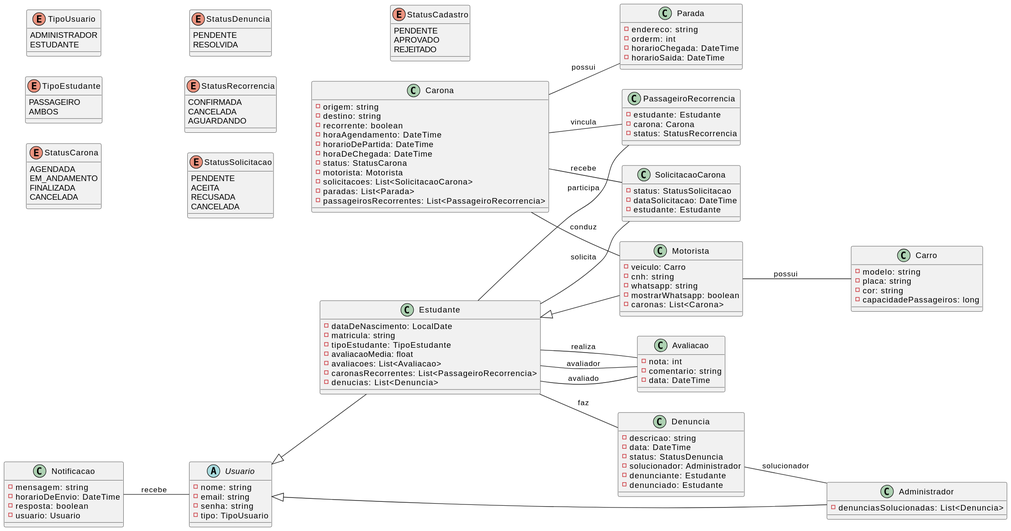
Above: docs/imagens/diagrams/classes_diagram.svg in zezit/carona (PlantUML), before the change. Its diagram source:
```plantuml
@startuml classes_diagram
left to right direction

enum TipoUsuario {
    ADMINISTRADOR
    ESTUDANTE
}

enum TipoEstudante {
    PASSAGEIRO
    AMBOS /' Passageiro e Motorista '/
}

enum StatusCarona {
    AGENDADA
    EM_ANDAMENTO
    FINALIZADA
    CANCELADA
}

enum StatusDenuncia {
    PENDENTE
    RESOLVIDA
}

enum StatusRecorrencia {
    CONFIRMADA
    CANCELADA
    AGUARDANDO
}

enum StatusSolicitacao {
    PENDENTE
    ACEITA
    RECUSADA
    CANCELADA
}

enum StatusCadastro {
    PENDENTE
    APROVADO
    REJEITADO
}

abstract class Usuario {
    - nome: string
    - email: string
    - senha: string
    - tipo: TipoUsuario
}

class Estudante {
    - dataDeNascimento: LocalDate
    - matricula: string
    - tipoEstudante: TipoEstudante
    - avaliacaoMedia: float
    - avaliacoes: List<Avaliacao>
    - caronasRecorrentes: List<PassageiroRecorrencia>
    - denucias: List<Denuncia>
}

class Administrador {
    - denunciasSolucionadas: List<Denuncia>
}

class Motorista {
    - veiculo: Carro
    - cnh: string
    - whatsapp: string
    - mostrarWhatsapp: boolean
    - caronas: List<Carona>
}

class Carro {
    - modelo: string
    - placa: string
    - cor: string /' HEX '/
    - capacidadePassageiros: long
}

class Carona {
    - origem: string
    - destino: string
    - recorrente: boolean
    - horaAgendamento: DateTime
    - horarioDePartida: DateTime
    - horaDeChegada: DateTime
    - status: StatusCarona
    - motorista: Motorista
    - solicitacoes: List<SolicitacaoCarona>
    - paradas: List<Parada>
    - passageirosRecorrentes: List<PassageiroRecorrencia>
}

class SolicitacaoCarona {
    - status: StatusSolicitacao
    - dataSolicitacao: DateTime
    - estudante: Estudante
}

class Parada {
    - endereco: string
    - orderm: int
    - horarioChegada: DateTime
    - horarioSaida: DateTime
}

class PassageiroRecorrencia {
    - estudante: Estudante
    - carona: Carona
    - status: StatusRecorrencia
}

class Avaliacao {
    - nota: int /' 1 a 5 '/
    - comentario: string
    - data: DateTime
}

class Denuncia {
    - descricao: string
    - data: DateTime
    - status: StatusDenuncia
    - solucionador: Administrador
    - denunciante: Estudante
    - denunciado: Estudante
}

class Notificacao {
    - mensagem: string
    - horarioDeEnvio: DateTime
    - resposta: boolean
    - usuario: Usuario
}

Usuario <|-- Estudante
Usuario <|-- Administrador
Estudante <|-- Motorista

Motorista -- Carro : possui

Carona -- Motorista : conduz

Estudante -- SolicitacaoCarona : solicita
Carona -- SolicitacaoCarona : recebe

Carona -d- Parada : possui

Estudante -d- PassageiroRecorrencia : participa
Carona -d- PassageiroRecorrencia : vincula

Estudante -- Avaliacao : realiza
Avaliacao -u- Estudante : avaliador
Avaliacao -d- Estudante : avaliado

Estudante -d- Denuncia : faz
Denuncia -- Administrador : solucionador

Usuario -u- Notificacao : recebe

@enduml
```
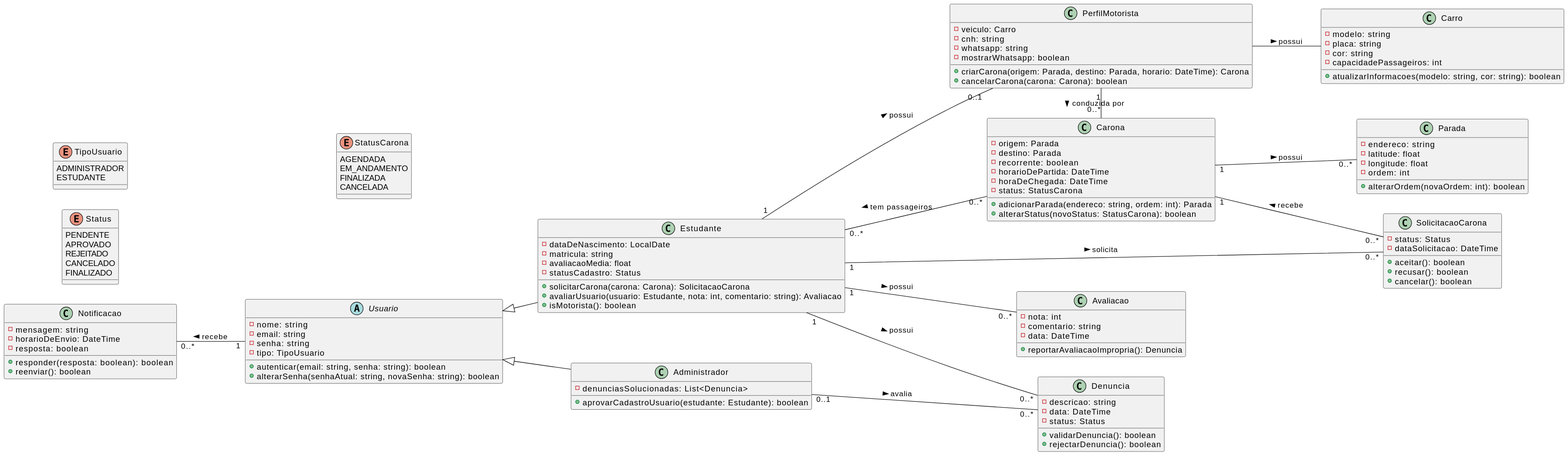
After the change.

Commit message:
[ci auto] Gerando diagramas PlantUML

Change to the diagram source:
```diff
@@ -2,160 +2,136 @@
 left to right direction
 
 enum TipoUsuario {
-    ADMINISTRADOR
-    ESTUDANTE
+ ADMINISTRADOR
+ ESTUDANTE
 }
 
-enum TipoEstudante {
-    PASSAGEIRO
-    AMBOS /' Passageiro e Motorista '/
+enum Status {
+ PENDENTE
+ APROVADO
+ REJEITADO
+ CANCELADO
+ FINALIZADO
 }
 
 enum StatusCarona {
-    AGENDADA
-    EM_ANDAMENTO
-    FINALIZADA
-    CANCELADA
-}
-
-enum StatusDenuncia {
-    PENDENTE
-    RESOLVIDA
-}
-
-enum StatusRecorrencia {
-    CONFIRMADA
-    CANCELADA
-    AGUARDANDO
-}
-
-enum StatusSolicitacao {
-    PENDENTE
-    ACEITA
-    RECUSADA
-    CANCELADA
-}
-
-enum StatusCadastro {
-    PENDENTE
-    APROVADO
-    REJEITADO
+ AGENDADA
+ EM_ANDAMENTO
+ FINALIZADA
+ CANCELADA
 }
 
 abstract class Usuario {
-    - nome: string
-    - email: string
-    - senha: string
-    - tipo: TipoUsuario
+ - nome: string
+ - email: string
+ - senha: string
+ - tipo: TipoUsuario
+ + autenticar(email: string, senha: string): boolean
+ + alterarSenha(senhaAtual: string, novaSenha: string): boolean
 }
 
 class Estudante {
-    - dataDeNascimento: LocalDate
-    - matricula: string
-    - tipoEstudante: TipoEstudante
-    - avaliacaoMedia: float
-    - avaliacoes: List<Avaliacao>
-    - caronasRecorrentes: List<PassageiroRecorrencia>
-    - denucias: List<Denuncia>
+ - dataDeNascimento: LocalDate
+ - matricula: string
+ - avaliacaoMedia: float
+ - statusCadastro: Status
+ + solicitarCarona(carona: Carona): SolicitacaoCarona
+ + avaliarUsuario(usuario: Estudante, nota: int, comentario: string): Avaliacao
+ + isMotorista(): boolean
+}
+
+class PerfilMotorista {
+ - veiculo: Carro
+ - cnh: string
+ - whatsapp: string
+ - mostrarWhatsapp: boolean
+ + criarCarona(origem: Parada, destino: Parada, horario: DateTime): Carona
+ + cancelarCarona(carona: Carona): boolean
 }
 
 class Administrador {
-    - denunciasSolucionadas: List<Denuncia>
-}
-
-class Motorista {
-    - veiculo: Carro
-    - cnh: string
-    - whatsapp: string
-    - mostrarWhatsapp: boolean
-    - caronas: List<Carona>
+ - denunciasSolucionadas: List<Denuncia>
+ + aprovarCadastroUsuario(estudante: Estudante): boolean
 }
 
 class Carro {
-    - modelo: string
-    - placa: string
-    - cor: string /' HEX '/
-    - capacidadePassageiros: long
+ - modelo: string
+ - placa: string
+ - cor: string
+ - capacidadePassageiros: int
+ + atualizarInformacoes(modelo: string, cor: string): boolean
 }
 
 class Carona {
-    - origem: string
-    - destino: string
-    - recorrente: boolean
-    - horaAgendamento: DateTime
-    - horarioDePartida: DateTime
-    - horaDeChegada: DateTime
-    - status: StatusCarona
-    - motorista: Motorista
-    - solicitacoes: List<SolicitacaoCarona>
-    - paradas: List<Parada>
-    - passageirosRecorrentes: List<PassageiroRecorrencia>
+ - origem: Parada
+ - destino: Parada
+ - recorrente: boolean
+ - horarioDePartida: DateTime
+ - horaDeChegada: DateTime
+ - status: StatusCarona
+ + adicionarParada(endereco: string, ordem: int): Parada
+ + alterarStatus(novoStatus: StatusCarona): boolean
 }
 
 class SolicitacaoCarona {
-    - status: StatusSolicitacao
-    - dataSolicitacao: DateTime
-    - estudante: Estudante
+ - status: Status
+ - dataSolicitacao: DateTime
+ + aceitar(): boolean
+ + recusar(): boolean
+ + cancelar(): boolean
 }
 
 class Parada {
-    - endereco: string
-    - orderm: int
-    - horarioChegada: DateTime
-    - horarioSaida: DateTime
-}
-
-class PassageiroRecorrencia {
-    - estudante: Estudante
-    - carona: Carona
-    - status: StatusRecorrencia
+ - endereco: string
+ - latitude: float
+ - longitude: float
+ - ordem: int
+ + alterarOrdem(novaOrdem: int): boolean
 }
 
 class Avaliacao {
-    - nota: int /' 1 a 5 '/
-    - comentario: string
-    - data: DateTime
+ - nota: int
+ - comentario: string
+ - data: DateTime
+ + reportarAvaliacaoImpropria(): Denuncia
 }
 
 class Denuncia {
-    - descricao: string
-    - data: DateTime
-    - status: StatusDenuncia
-    - solucionador: Administrador
-    - denunciante: Estudante
-    - denunciado: Estudante
+ - descricao: string
+ - data: DateTime
+ - status: Status
+ + validarDenuncia(): boolean
+ + rejectarDenuncia(): boolean
 }
 
 class Notificacao {
-    - mensagem: string
-    - horarioDeEnvio: DateTime
-    - resposta: boolean
-    - usuario: Usuario
+ - mensagem: string
+ - horarioDeEnvio: DateTime
+ - resposta: boolean
+ + responder(resposta: boolean): boolean
+ + reenviar(): boolean
 }
 
 Usuario <|-- Estudante
 Usuario <|-- Administrador
-Estudante <|-- Motorista
 
-Motorista -- Carro : possui
+Estudante "1" -- "0..1" PerfilMotorista : possui >
 
-Carona -- Motorista : conduz
+PerfilMotorista -- Carro : possui >
 
-Estudante -- SolicitacaoCarona : solicita
-Carona -- SolicitacaoCarona : recebe
+Carona "0..*" -l- "1" PerfilMotorista : < conduzida por
 
-Carona -d- Parada : possui
+Estudante "1" -- "0..*" SolicitacaoCarona : solicita >
+Carona "1" -- "0..*" SolicitacaoCarona : < recebe
 
-Estudante -d- PassageiroRecorrencia : participa
-Carona -d- PassageiroRecorrencia : vincula
+Carona "1" -d- "0..*" Parada : possui >
 
-Estudante -- Avaliacao : realiza
-Avaliacao -u- Estudante : avaliador
-Avaliacao -d- Estudante : avaliado
+Carona "0..*" -- "0..*" Estudante : tem passageiros >
 
-Estudante -d- Denuncia : faz
-Denuncia -- Administrador : solucionador
+Estudante "1" -- "0..*" Avaliacao : possui >
 
-Usuario -u- Notificacao : recebe
+Estudante "1" -d- "0..*" Denuncia : possui >
+Administrador "0..1" -- "0..*" Denuncia : avalia >
 
+Usuario "1" -u- "0..*" Notificacao : recebe >
 @enduml
```
